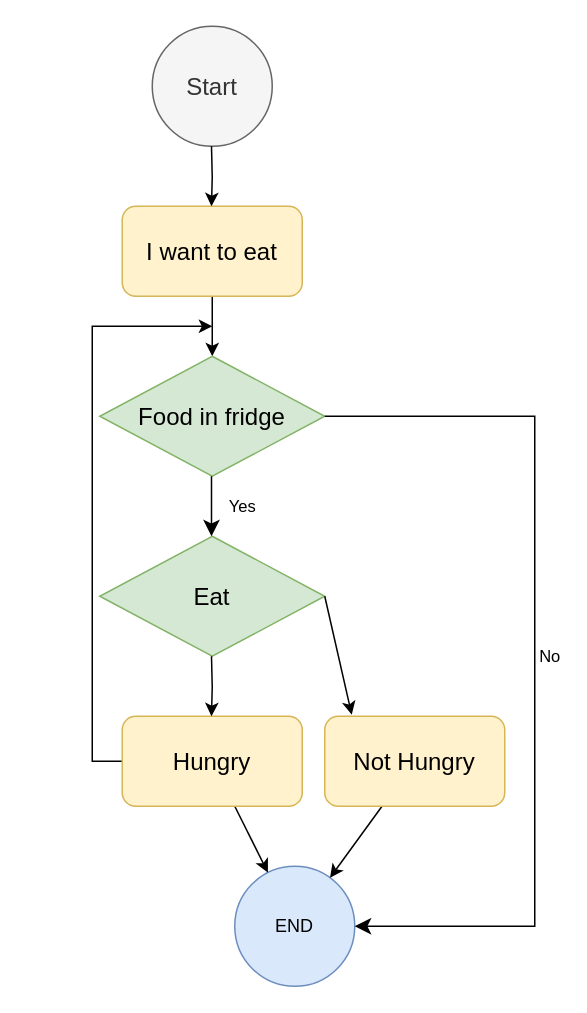
Earlier version of the draw.io diagram ex002/other/b.drawio (YuriiOsipchuk/HomeWorkGo). Source tidied: cells renumbered, new cells numbered last; positions are measured from the earlier drawing's top-left corner, leaving out a move shared by most shapes. Both pictures are drawn from the tidied source at 150%, with x=0, y=0 at pixel (92, 26).
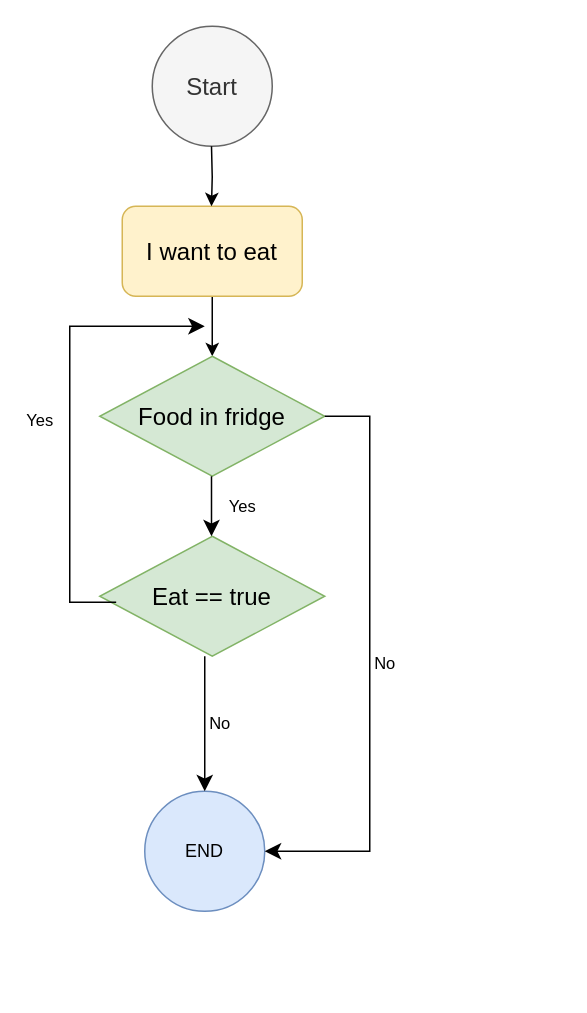
Above is the later version.

Unchanged cells that the change refers to:
```xml
<mxCell id="6" value="Food in fridge" style="rhombus;whiteSpace=wrap;html=1;fontSize=16;fillColor=#d5e8d4;strokeColor=#82b366;" parent="1" vertex="1">
  <mxGeometry x="5" y="220" width="150" height="80" as="geometry" />
</mxCell>
```

The edit, as a diff of the source:
```diff
@@
     <mxCell id="3" value="END" style="ellipse;whiteSpace=wrap;html=1;fillColor=#dae8fc;strokeColor=#6c8ebf;" parent="1" vertex="1">
-      <mxGeometry x="95" y="560" width="80" height="80" as="geometry" />
+      <mxGeometry x="35" y="510" width="80" height="80" as="geometry" />
     </mxCell>
@@
-    <mxCell id="7" value="Eat" style="rhombus;whiteSpace=wrap;html=1;fontSize=16;fillColor=#d5e8d4;strokeColor=#82b366;" parent="1" vertex="1">
+    <mxCell id="7" value="Eat == true" style="rhombus;whiteSpace=wrap;html=1;fontSize=16;fillColor=#d5e8d4;strokeColor=#82b366;" parent="1" vertex="1">
       <mxGeometry x="5" y="340" width="150" height="80" as="geometry" />
     </mxCell>
@@
-    <mxCell id="10" value="No" style="edgeStyle=orthogonalEdgeStyle;rounded=0;html=1;jettySize=auto;fontSize=11;endArrow=classic;endFill=1;endSize=8;strokeWidth=1;shadow=0;labelBackgroundColor=none;entryX=1;entryY=0.5;entryDx=0;entryDy=0;" parent="1" edge="1" source="6" target="3">
+    <mxCell id="10" value="No" style="rounded=0;html=1;jettySize=auto;fontSize=11;endArrow=classic;endFill=1;endSize=8;strokeWidth=1;shadow=0;labelBackgroundColor=none;entryX=1;entryY=0.5;entryDx=0;entryDy=0;edgeStyle=orthogonalEdgeStyle;" parent="1" edge="1" source="6" target="3">
       <mxGeometry y="10" relative="1" as="geometry">
         <Array as="points">
-          <mxPoint x="295" y="260" />
-          <mxPoint x="295" y="600" />
+          <mxPoint x="185" y="260" />
+          <mxPoint x="185" y="550" />
         </Array>
       </mxGeometry>
     </mxCell>
-    <mxCell id="11" style="edgeStyle=none;rounded=0;jettySize=auto;html=1;fontSize=16;endArrow=classic;endFill=1;" parent="1" edge="1" source="13" target="3">
-      <mxGeometry relative="1" as="geometry" />
-    </mxCell>
-    <mxCell id="12" style="edgeStyle=orthogonalEdgeStyle;rounded=0;jettySize=auto;html=1;exitX=0;exitY=0.5;exitDx=0;exitDy=0;fontSize=16;endArrow=classic;endFill=1;" parent="1" edge="1" source="13">
-      <mxGeometry relative="1" as="geometry">
-        <mxPoint x="80" y="200" as="targetPoint" />
-        <Array as="points">
-          <mxPoint y="490" />
-          <mxPoint y="200" />
-        </Array>
-      </mxGeometry>
-    </mxCell>
-    <mxCell id="13" value="Hungry" style="rounded=1;whiteSpace=wrap;html=1;fontSize=16;fillColor=#fff2cc;strokeColor=#d6b656;" parent="1" vertex="1">
-      <mxGeometry x="20" y="460" width="120" height="60" as="geometry" />
-    </mxCell>
-    <mxCell id="14" style="edgeStyle=none;rounded=0;jettySize=auto;html=1;fontSize=16;endArrow=classic;endFill=1;" parent="1" edge="1" source="15" target="3">
-      <mxGeometry relative="1" as="geometry" />
-    </mxCell>
-    <mxCell id="15" value="Not Hungry" style="rounded=1;whiteSpace=wrap;html=1;fontSize=16;fillColor=#fff2cc;strokeColor=#d6b656;" parent="1" vertex="1">
-      <mxGeometry x="155" y="460" width="120" height="60" as="geometry" />
-    </mxCell>
-    <mxCell id="16" style="rounded=0;html=1;jettySize=auto;fontSize=11;endArrow=classic;endFill=1;strokeWidth=1;shadow=0;labelBackgroundColor=none;exitX=1;exitY=0.5;exitDx=0;exitDy=0;entryX=0.15;entryY=-0.017;entryDx=0;entryDy=0;entryPerimeter=0;" parent="1" edge="1" source="7" target="15">
-      <mxGeometry y="10" relative="1" as="geometry" />
-    </mxCell>
-    <mxCell id="17" style="edgeStyle=orthogonalEdgeStyle;rounded=0;orthogonalLoop=1;jettySize=auto;html=1;fontSize=16;endArrow=classic;endFill=1;" parent="1" edge="1">
-      <mxGeometry relative="1" as="geometry">
-        <mxPoint x="79.5" y="420" as="sourcePoint" />
-        <mxPoint x="79.5" y="460" as="targetPoint" />
-      </mxGeometry>
-    </mxCell>
+    <mxCell id="18" value="No" style="rounded=0;html=1;jettySize=auto;orthogonalLoop=1;fontSize=11;endArrow=classic;endFill=1;endSize=8;strokeWidth=1;shadow=0;labelBackgroundColor=none;" parent="1" edge="1">
+      <mxGeometry y="10" relative="1" as="geometry">
+        <mxPoint x="75" y="420" as="sourcePoint" />
+        <mxPoint x="75" y="510" as="targetPoint" />
+      </mxGeometry>
+    </mxCell>
+    <mxCell id="19" value="Yes" style="rounded=0;html=1;jettySize=auto;fontSize=11;endArrow=classic;endFill=1;endSize=8;strokeWidth=1;shadow=0;labelBackgroundColor=none;edgeStyle=orthogonalEdgeStyle;exitX=0.073;exitY=0.55;exitDx=0;exitDy=0;exitPerimeter=0;" parent="1" edge="1" source="7">
+      <mxGeometry y="20" relative="1" as="geometry">
+        <mxPoint x="75" y="200" as="targetPoint" />
+        <Array as="points">
+          <mxPoint x="-15" y="384" />
+          <mxPoint x="-15" y="200" />
+        </Array>
+      </mxGeometry>
+    </mxCell>
```
